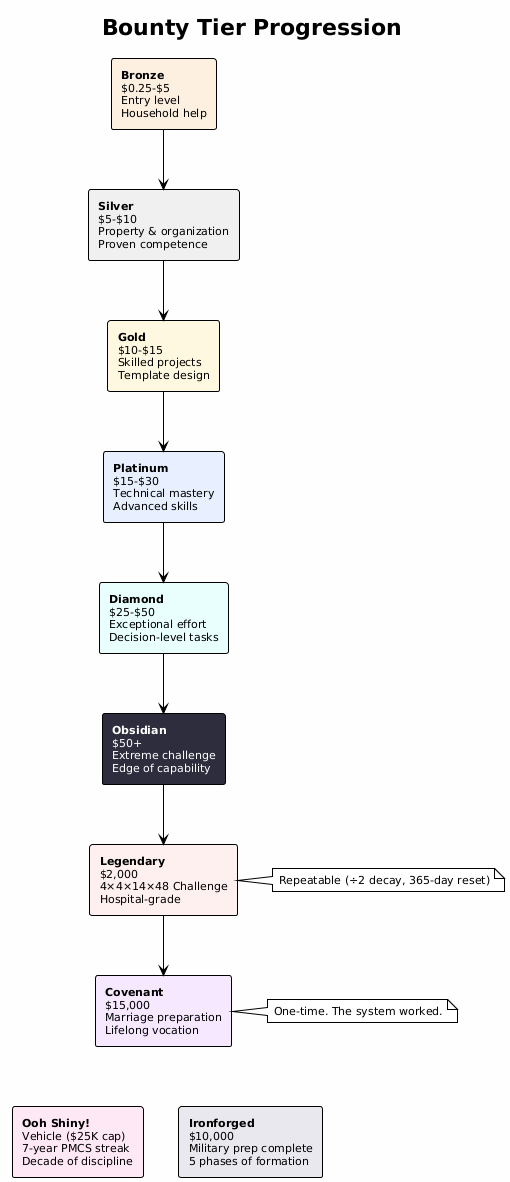
Above: diagrams/bounty_tiers.png in vampireLibrarianMonk/life_planning (PlantUML), before the change.
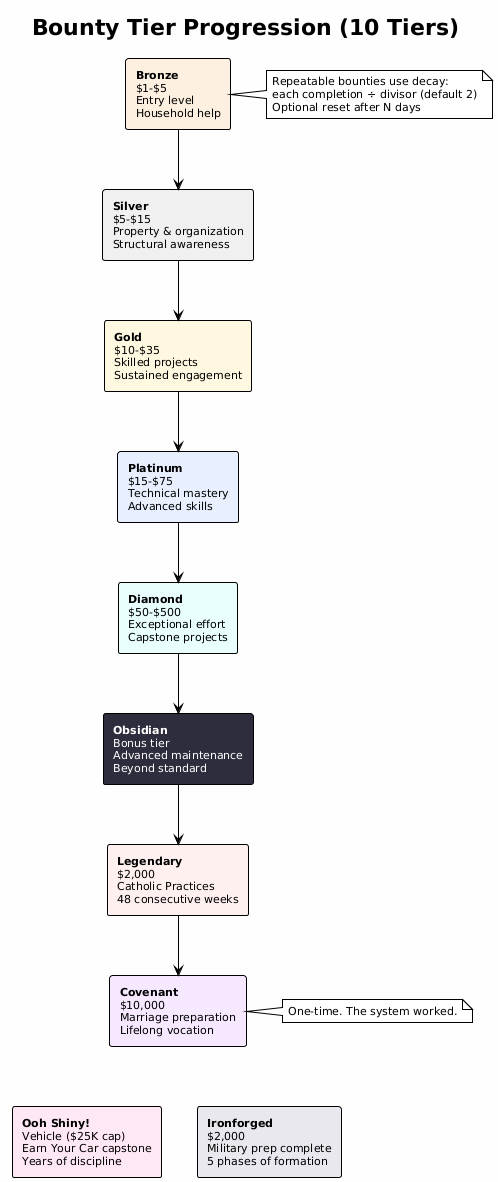
Above is the later version.

The edit, as a diff of the source:
```diff
@@ -3,18 +3,18 @@
 skinparam backgroundColor #FEFEFE
 skinparam defaultFontSize 11
 
-title Bounty Tier Progression
+title Bounty Tier Progression (10 Tiers)
 
-rectangle "**Bronze**\n$0.25-$5\nEntry level\nHousehold help" as bronze #FDF0E0
-rectangle "**Silver**\n$5-$10\nProperty & organization\nProven competence" as silver #F0F0F0
-rectangle "**Gold**\n$10-$15\nSkilled projects\nTemplate design" as gold #FFF8E0
-rectangle "**Platinum**\n$15-$30\nTechnical mastery\nAdvanced skills" as platinum #E8F0FF
-rectangle "**Diamond**\n$25-$50\nExceptional effort\nDecision-level tasks" as diamond #E8FFFE
-rectangle "**Obsidian**\n$50+\nExtreme challenge\nEdge of capability" as obsidian #2D2D3D;text:white
-rectangle "**Legendary**\n$2,000\n4×4×14×48 Challenge\nHospital-grade" as legendary #FFF0F0
-rectangle "**Covenant**\n$15,000\nMarriage preparation\nLifelong vocation" as covenant #F5E8FF
-rectangle "**Ooh Shiny!**\nVehicle ($25K cap)\n7-year PMCS streak\nDecade of discipline" as shiny #FFE8F5
-rectangle "**Ironforged**\n$10,000\nMilitary prep complete\n5 phases of formation" as iron #E8E8EE
+rectangle "**Bronze**\n$1-$5\nEntry level\nHousehold help" as bronze #FDF0E0
+rectangle "**Silver**\n$5-$15\nProperty & organization\nStructural awareness" as silver #F0F0F0
+rectangle "**Gold**\n$10-$35\nSkilled projects\nSustained engagement" as gold #FFF8E0
+rectangle "**Platinum**\n$15-$75\nTechnical mastery\nAdvanced skills" as platinum #E8F0FF
+rectangle "**Diamond**\n$50-$500\nExceptional effort\nCapstone projects" as diamond #E8FFFE
+rectangle "**Obsidian**\nBonus tier\nAdvanced maintenance\nBeyond standard" as obsidian #2D2D3D;text:white
+rectangle "**Legendary**\n$2,000\nCatholic Practices\n48 consecutive weeks" as legendary #FFF0F0
+rectangle "**Covenant**\n$10,000\nMarriage preparation\nLifelong vocation" as covenant #F5E8FF
+rectangle "**Ooh Shiny!**\nVehicle ($25K cap)\nEarn Your Car capstone\nYears of discipline" as shiny #FFE8F5
+rectangle "**Ironforged**\n$2,000\nMilitary prep complete\n5 phases of formation" as iron #E8E8EE
 
 bronze --> silver
 silver --> gold
@@ -26,8 +26,10 @@
 covenant -[hidden]-> shiny
 covenant -[hidden]-> iron
 
-note right of legendary
-  Repeatable (÷2 decay, 365-day reset)
+note right of bronze
+  Repeatable bounties use decay:
+  each completion ÷ divisor (default 2)
+  Optional reset after N days
 end note
 
 note right of covenant
```
